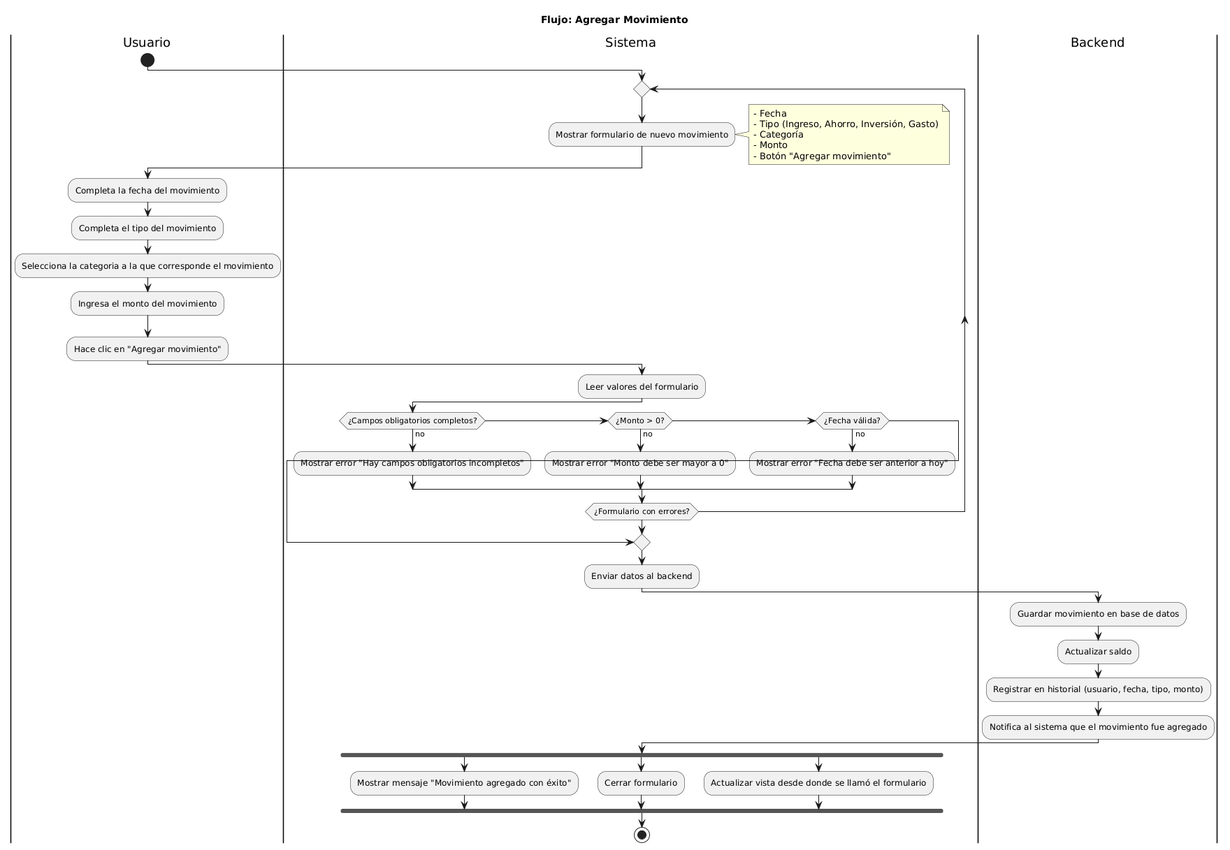
This is docs/04-diagramas/01-diagrama-de-actividades/actividad-flujo-1-agregar-movimiento.png from fioremos/simulador-planificacion-financiera, a PlantUML export, as it was before one commit.
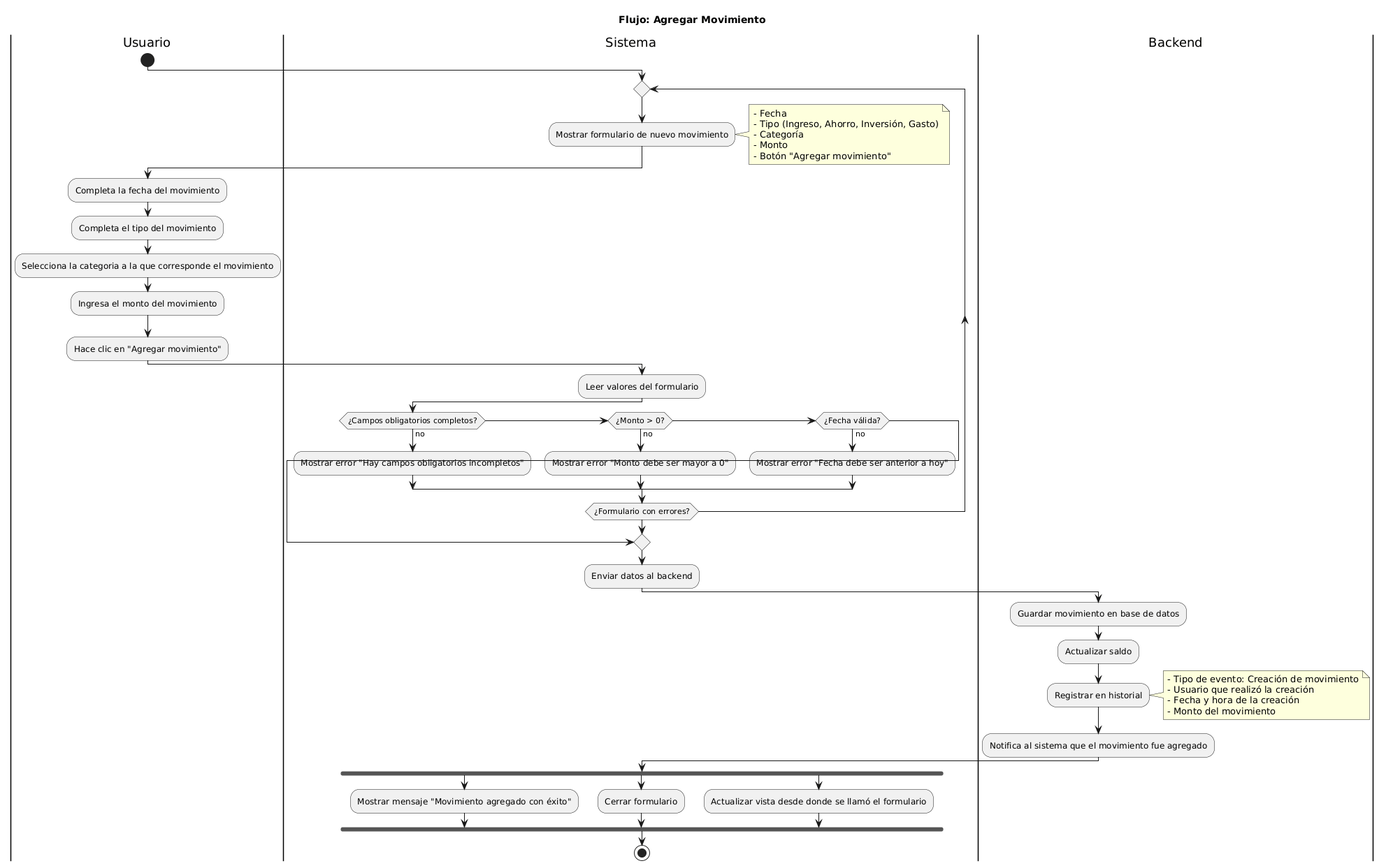
Later version of the same file.

Diff of the diagram source:
```diff
@@ -41,7 +41,13 @@
 |Backend|
 :Guardar movimiento en base de datos;
 :Actualizar saldo;
-:Registrar en historial (usuario, fecha, tipo, monto);
+:Registrar en historial;
+note right
+  - Tipo de evento: Creación de movimiento
+  - Usuario que realizó la creación
+  - Fecha y hora de la creación
+  - Monto del movimiento
+end note
 :Notifica al sistema que el movimiento fue agregado;
 
 |Sistema|
```
